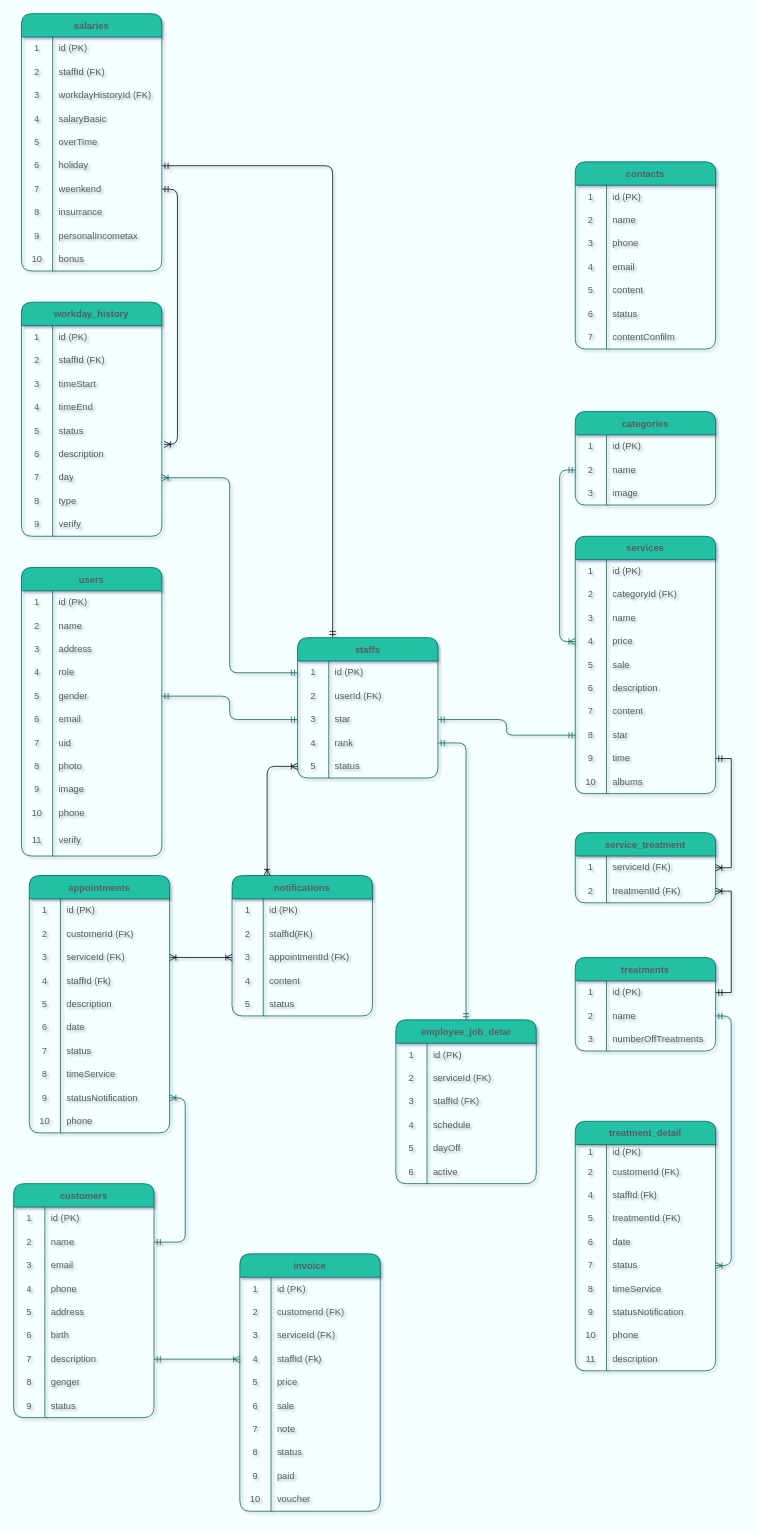
Jarvis219/DATN_SERVER keeps this draw.io diagram as Diagram.drawio. Above is the earlier version. Source tidied: cells renumbered, new cells numbered last; positions are measured from the earlier drawing's top-left corner, leaving out a move shared by most shapes. Both pictures are drawn from the tidied source at 78%, with x=0, y=0 at pixel (13, 13).
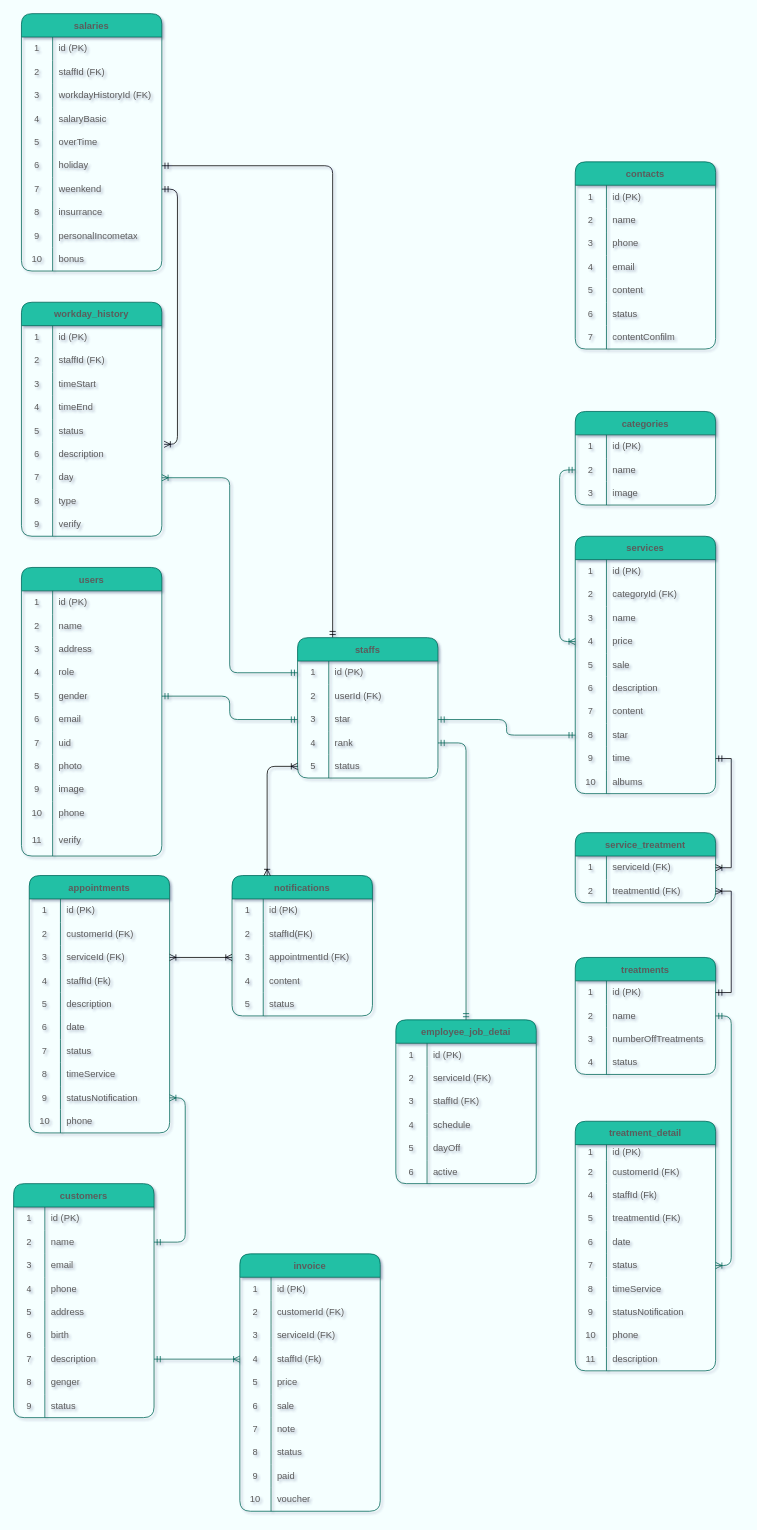
The same page after the edit.

The edit, as a diff of the source:
```diff
@@
     <mxCell id="238" value="treatments" style="shape=table;startSize=30;childLayout=tableLayout;rowLines=0;fontStyle=1;fillColor=#21C0A5;strokeColor=#006658;fontColor=#5C5C5C;rounded=1;" parent="1" vertex="1">
-      <mxGeometry x="720" y="1210" width="180" height="120" as="geometry" />
+      <mxGeometry x="720" y="1210" width="180" height="150" as="geometry" />
     </mxCell>
@@
+    <mxCell id="361" style="shape=tableRow;horizontal=0;startSize=0;swimlaneHead=0;swimlaneBody=0;top=0;left=0;bottom=0;right=0;fillColor=none;strokeColor=#006658;fontColor=#5C5C5C;rounded=1;" parent="238" vertex="1">
+      <mxGeometry y="120" width="180" height="30" as="geometry" />
+    </mxCell>
+    <mxCell id="362" value="4" style="shape=partialRectangle;html=1;whiteSpace=wrap;fillColor=none;top=0;left=0;bottom=0;right=0;overflow=hidden;strokeColor=#006658;fontColor=#5C5C5C;rounded=1;" parent="361" vertex="1">
+      <mxGeometry width="40" height="30" as="geometry" />
+    </mxCell>
+    <mxCell id="363" value="status" style="shape=partialRectangle;html=1;whiteSpace=wrap;fillColor=none;top=0;left=0;bottom=0;right=0;align=left;spacingLeft=6;overflow=hidden;strokeColor=#006658;fontColor=#5C5C5C;rounded=1;" parent="361" vertex="1">
+      <mxGeometry x="40" width="140" height="30" as="geometry" />
+    </mxCell>
```
